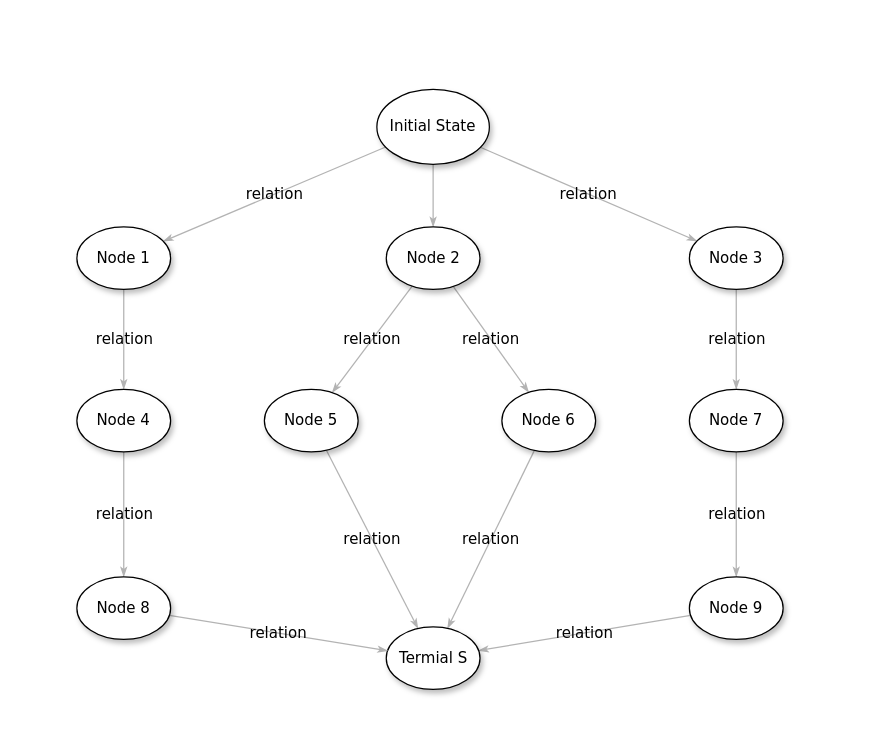
Before: Untitled Diagram.drawio in mendezja/RL_CS379_Assignments, a draw.io diagram. Source tidied: cells renumbered, new cells numbered last; positions are measured from the earlier drawing's top-left corner, leaving out a move shared by most shapes. Both pictures are drawn from the tidied source at 125%, with x=0, y=0 at pixel (76, 89).
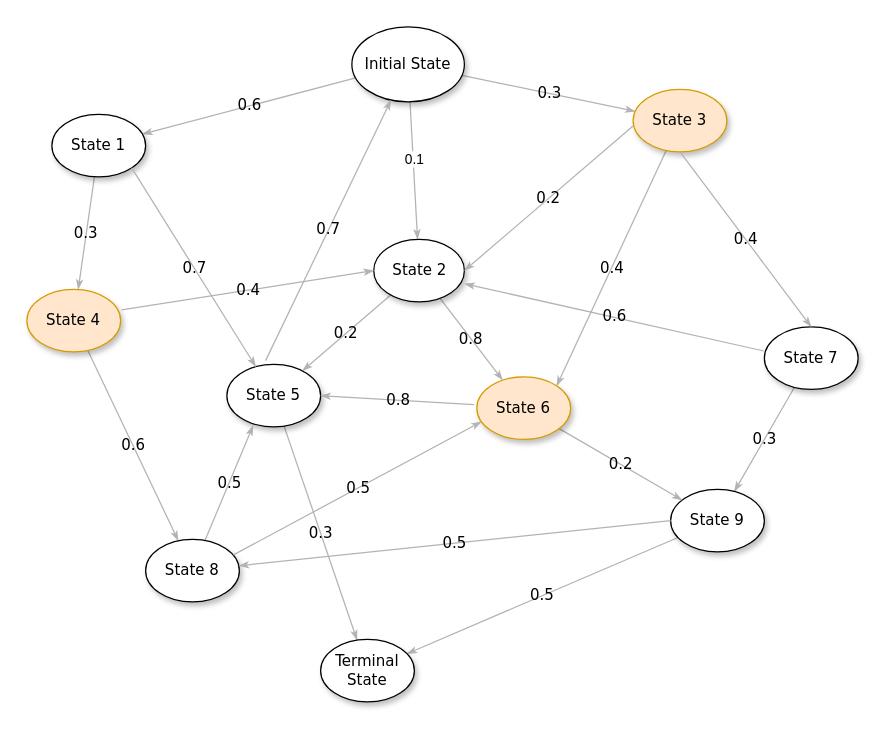
The same diagram, later.

Commit message:
Treasure Environment Diagram

Unchanged cells that the change refers to:
```xml
<mxCell id="2" style="edgeStyle=none;rounded=1;html=1;labelBackgroundColor=none;startArrow=none;startFill=0;startSize=5;endArrow=classicThin;endFill=1;endSize=5;jettySize=auto;strokeColor=#B3B3B3;strokeWidth=1;fontFamily=Verdana;fontSize=12;" parent="1" edge="1" source="5" target="8">
  <mxGeometry relative="1" as="geometry" />
</mxCell>
```

Change to the diagram source:
```diff
@@
+    <mxCell id="26" value="0.1" style="edgeLabel;html=1;align=center;verticalAlign=middle;" parent="2" vertex="1">
+      <mxGeometry x="-0.16" relative="1" as="geometry" />
+    </mxCell>
-    <mxCell id="3" value="relation" style="edgeStyle=none;rounded=1;html=1;labelBackgroundColor=none;startArrow=none;startFill=0;startSize=5;endArrow=classicThin;endFill=1;endSize=5;jettySize=auto;strokeColor=#B3B3B3;strokeWidth=1;fontFamily=Verdana;fontSize=12;" parent="1" edge="1" source="5" target="21">
+    <mxCell id="3" value="0.6" style="edgeStyle=none;rounded=1;html=1;labelBackgroundColor=none;startArrow=none;startFill=0;startSize=5;endArrow=classicThin;endFill=1;endSize=5;jettySize=auto;strokeColor=#B3B3B3;strokeWidth=1;fontFamily=Verdana;fontSize=12;" parent="1" edge="1" source="5" target="21">
       <mxGeometry relative="1" as="geometry" />
     </mxCell>
-    <mxCell id="4" value="relation" style="edgeStyle=none;rounded=1;html=1;labelBackgroundColor=none;startArrow=none;startFill=0;startSize=5;endArrow=classicThin;endFill=1;endSize=5;jettySize=auto;strokeColor=#B3B3B3;strokeWidth=1;fontFamily=Verdana;fontSize=12;" parent="1" edge="1" source="5" target="10">
+    <mxCell id="4" value="0.3" style="edgeStyle=none;rounded=1;html=1;labelBackgroundColor=none;startArrow=none;startFill=0;startSize=5;endArrow=classicThin;endFill=1;endSize=5;jettySize=auto;strokeColor=#B3B3B3;strokeWidth=1;fontFamily=Verdana;fontSize=12;" parent="1" edge="1" source="5" target="10">
       <mxGeometry relative="1" as="geometry" />
     </mxCell>
-    <mxCell id="5" value="Initial State" style="ellipse;whiteSpace=wrap;html=1;rounded=0;shadow=1;comic=0;labelBackgroundColor=none;strokeWidth=1;fontFamily=Verdana;fontSize=12;align=center;" parent="1" vertex="1">
-      <mxGeometry x="240" width="90" height="60" as="geometry" />
+    <mxCell id="5" value="Initial State" style="ellipse;whiteSpace=wrap;html=1;rounded=0;shadow=1;comic=0;labelBackgroundColor=none;strokeWidth=1;fontFamily=Verdana;fontSize=12;align=center;direction=west;" parent="1" vertex="1">
+      <mxGeometry x="220" y="-50" width="90" height="60" as="geometry" />
     </mxCell>
-    <mxCell id="6" value="relation" style="edgeStyle=none;rounded=1;html=1;labelBackgroundColor=none;startArrow=none;startFill=0;startSize=5;endArrow=classicThin;endFill=1;endSize=5;jettySize=auto;strokeColor=#B3B3B3;strokeWidth=1;fontFamily=Verdana;fontSize=12;" parent="1" edge="1" source="8" target="18">
+    <mxCell id="6" value="0.2" style="edgeStyle=none;rounded=1;html=1;labelBackgroundColor=none;startArrow=none;startFill=0;startSize=5;endArrow=classicThin;endFill=1;endSize=5;jettySize=auto;strokeColor=#B3B3B3;strokeWidth=1;fontFamily=Verdana;fontSize=12;" parent="1" edge="1" source="8" target="18">
       <mxGeometry relative="1" as="geometry" />
     </mxCell>
-    <mxCell id="7" value="relation" style="edgeStyle=none;rounded=1;html=1;labelBackgroundColor=none;startArrow=none;startFill=0;startSize=5;endArrow=classicThin;endFill=1;endSize=5;jettySize=auto;strokeColor=#B3B3B3;strokeWidth=1;fontFamily=Verdana;fontSize=12;" parent="1" edge="1" source="8" target="16">
+    <mxCell id="7" value="0.8" style="edgeStyle=none;rounded=1;html=1;labelBackgroundColor=none;startArrow=none;startFill=0;startSize=5;endArrow=classicThin;endFill=1;endSize=5;jettySize=auto;strokeColor=#B3B3B3;strokeWidth=1;fontFamily=Verdana;fontSize=12;" parent="1" edge="1" source="8" target="16">
       <mxGeometry relative="1" as="geometry" />
     </mxCell>
-    <mxCell id="8" value="&lt;span&gt;Node 2&lt;/span&gt;" style="ellipse;whiteSpace=wrap;html=1;rounded=0;shadow=1;comic=0;labelBackgroundColor=none;strokeWidth=1;fontFamily=Verdana;fontSize=12;align=center;" parent="1" vertex="1">
-      <mxGeometry x="247.5" y="110" width="75" height="50" as="geometry" />
+    <mxCell id="8" value="&lt;span&gt;State 2&lt;/span&gt;" style="ellipse;whiteSpace=wrap;html=1;rounded=0;shadow=1;comic=0;labelBackgroundColor=none;strokeWidth=1;fontFamily=Verdana;fontSize=12;align=center;" parent="1" vertex="1">
+      <mxGeometry x="237.5" y="120" width="72.5" height="50" as="geometry" />
     </mxCell>
-    <mxCell id="9" value="relation" style="edgeStyle=none;rounded=1;html=1;labelBackgroundColor=none;startArrow=none;startFill=0;startSize=5;endArrow=classicThin;endFill=1;endSize=5;jettySize=auto;strokeColor=#B3B3B3;strokeWidth=1;fontFamily=Verdana;fontSize=12;" parent="1" edge="1" source="10" target="12">
+    <mxCell id="9" value="0.4" style="edgeStyle=none;rounded=1;html=1;labelBackgroundColor=none;startArrow=none;startFill=0;startSize=5;endArrow=classicThin;endFill=1;endSize=5;jettySize=auto;strokeColor=#B3B3B3;strokeWidth=1;fontFamily=Verdana;fontSize=12;entryX=1;entryY=0;entryDx=0;entryDy=0;" parent="1" edge="1" source="10" target="16">
       <mxGeometry relative="1" as="geometry" />
     </mxCell>
-    <mxCell id="10" value="&lt;span&gt;Node 3&lt;/span&gt;" style="ellipse;whiteSpace=wrap;html=1;rounded=0;shadow=1;comic=0;labelBackgroundColor=none;strokeWidth=1;fontFamily=Verdana;fontSize=12;align=center;" parent="1" vertex="1">
-      <mxGeometry x="490" y="110" width="75" height="50" as="geometry" />
+    <mxCell id="10" value="&lt;span&gt;State 3&lt;/span&gt;" style="ellipse;whiteSpace=wrap;html=1;rounded=0;shadow=1;comic=0;labelBackgroundColor=none;strokeWidth=1;fontFamily=Verdana;fontSize=12;align=center;fillColor=#ffe6cc;strokeColor=#d79b00;" parent="1" vertex="1">
+      <mxGeometry x="445" width="75" height="50" as="geometry" />
     </mxCell>
-    <mxCell id="11" value="relation" style="edgeStyle=none;rounded=1;html=1;labelBackgroundColor=none;startArrow=none;startFill=0;startSize=5;endArrow=classicThin;endFill=1;endSize=5;jettySize=auto;strokeColor=#B3B3B3;strokeWidth=1;fontFamily=Verdana;fontSize=12;" parent="1" edge="1" source="12" target="14">
+    <mxCell id="11" value="0.3" style="edgeStyle=none;rounded=1;html=1;labelBackgroundColor=none;startArrow=none;startFill=0;startSize=5;endArrow=classicThin;endFill=1;endSize=5;jettySize=auto;strokeColor=#B3B3B3;strokeWidth=1;fontFamily=Verdana;fontSize=12;" parent="1" edge="1" source="12" target="14">
       <mxGeometry relative="1" as="geometry" />
     </mxCell>
-    <mxCell id="12" value="&lt;span&gt;Node 7&lt;/span&gt;" style="ellipse;whiteSpace=wrap;html=1;rounded=0;shadow=1;comic=0;labelBackgroundColor=none;strokeWidth=1;fontFamily=Verdana;fontSize=12;align=center;" parent="1" vertex="1">
-      <mxGeometry x="490" y="240" width="75" height="50" as="geometry" />
+    <mxCell id="12" value="&lt;span&gt;State 7&lt;/span&gt;" style="ellipse;whiteSpace=wrap;html=1;rounded=0;shadow=1;comic=0;labelBackgroundColor=none;strokeWidth=1;fontFamily=Verdana;fontSize=12;align=center;" parent="1" vertex="1">
+      <mxGeometry x="550" y="190" width="75" height="50" as="geometry" />
     </mxCell>
-    <mxCell id="13" value="relation" style="edgeStyle=none;rounded=1;html=1;labelBackgroundColor=none;startArrow=none;startFill=0;startSize=5;endArrow=classicThin;endFill=1;endSize=5;jettySize=auto;strokeColor=#B3B3B3;strokeWidth=1;fontFamily=Verdana;fontSize=12;" parent="1" edge="1" source="14" target="19">
+    <mxCell id="13" value="0.5" style="edgeStyle=none;rounded=1;html=1;labelBackgroundColor=none;startArrow=none;startFill=0;startSize=5;endArrow=classicThin;endFill=1;endSize=5;jettySize=auto;strokeColor=#B3B3B3;strokeWidth=1;fontFamily=Verdana;fontSize=12;" parent="1" edge="1" source="14" target="19">
       <mxGeometry relative="1" as="geometry" />
     </mxCell>
-    <mxCell id="14" value="&lt;span&gt;Node 9&lt;/span&gt;" style="ellipse;whiteSpace=wrap;html=1;rounded=0;shadow=1;comic=0;labelBackgroundColor=none;strokeWidth=1;fontFamily=Verdana;fontSize=12;align=center;" parent="1" vertex="1">
-      <mxGeometry x="490" y="390" width="75" height="50" as="geometry" />
+    <mxCell id="14" value="&lt;span&gt;State 9&lt;/span&gt;" style="ellipse;whiteSpace=wrap;html=1;rounded=0;shadow=1;comic=0;labelBackgroundColor=none;strokeWidth=1;fontFamily=Verdana;fontSize=12;align=center;" parent="1" vertex="1">
+      <mxGeometry x="475" y="320" width="75" height="50" as="geometry" />
     </mxCell>
-    <mxCell id="15" value="relation" style="edgeStyle=none;rounded=1;html=1;labelBackgroundColor=none;startArrow=none;startFill=0;startSize=5;endArrow=classicThin;endFill=1;endSize=5;jettySize=auto;strokeColor=#B3B3B3;strokeWidth=1;fontFamily=Verdana;fontSize=12;" parent="1" edge="1" source="16" target="19">
+    <mxCell id="15" value="0.2" style="edgeStyle=none;rounded=1;html=1;labelBackgroundColor=none;startArrow=none;startFill=0;startSize=5;endArrow=classicThin;endFill=1;endSize=5;jettySize=auto;strokeColor=#B3B3B3;strokeWidth=1;fontFamily=Verdana;fontSize=12;" parent="1" edge="1" source="16" target="14">
       <mxGeometry relative="1" as="geometry" />
     </mxCell>
-    <mxCell id="16" value="&lt;span&gt;Node 6&lt;/span&gt;" style="ellipse;whiteSpace=wrap;html=1;rounded=0;shadow=1;comic=0;labelBackgroundColor=none;strokeWidth=1;fontFamily=Verdana;fontSize=12;align=center;" parent="1" vertex="1">
-      <mxGeometry x="340" y="240" width="75" height="50" as="geometry" />
+    <mxCell id="16" value="&lt;span&gt;State 6&lt;/span&gt;" style="ellipse;whiteSpace=wrap;html=1;rounded=0;shadow=1;comic=0;labelBackgroundColor=none;strokeWidth=1;fontFamily=Verdana;fontSize=12;align=center;fillColor=#ffe6cc;strokeColor=#d79b00;" parent="1" vertex="1">
+      <mxGeometry x="320" y="230" width="75" height="50" as="geometry" />
     </mxCell>
-    <mxCell id="17" value="relation" style="edgeStyle=none;rounded=1;html=1;labelBackgroundColor=none;startArrow=none;startFill=0;startSize=5;endArrow=classicThin;endFill=1;endSize=5;jettySize=auto;strokeColor=#B3B3B3;strokeWidth=1;fontFamily=Verdana;fontSize=12;" parent="1" edge="1" source="18" target="19">
+    <mxCell id="17" value="0.3" style="edgeStyle=none;rounded=1;html=1;labelBackgroundColor=none;startArrow=none;startFill=0;startSize=5;endArrow=classicThin;endFill=1;endSize=5;jettySize=auto;strokeColor=#B3B3B3;strokeWidth=1;fontFamily=Verdana;fontSize=12;" parent="1" edge="1" source="18" target="19">
       <mxGeometry relative="1" as="geometry" />
     </mxCell>
-    <mxCell id="18" value="&lt;span&gt;Node 5&lt;/span&gt;" style="ellipse;whiteSpace=wrap;html=1;rounded=0;shadow=1;comic=0;labelBackgroundColor=none;strokeWidth=1;fontFamily=Verdana;fontSize=12;align=center;" parent="1" vertex="1">
-      <mxGeometry x="150" y="240" width="75" height="50" as="geometry" />
+    <mxCell id="18" value="&lt;span&gt;State 5&lt;/span&gt;" style="ellipse;whiteSpace=wrap;html=1;rounded=0;shadow=1;comic=0;labelBackgroundColor=none;strokeWidth=1;fontFamily=Verdana;fontSize=12;align=center;" parent="1" vertex="1">
+      <mxGeometry x="120" y="220" width="75" height="50" as="geometry" />
     </mxCell>
-    <mxCell id="19" value="Termial S" style="ellipse;whiteSpace=wrap;html=1;rounded=0;shadow=1;comic=0;labelBackgroundColor=none;strokeWidth=1;fontFamily=Verdana;fontSize=12;align=center;" parent="1" vertex="1">
-      <mxGeometry x="247.5" y="430" width="75" height="50" as="geometry" />
+    <mxCell id="19" value="Terminal State" style="ellipse;whiteSpace=wrap;html=1;rounded=0;shadow=1;comic=0;labelBackgroundColor=none;strokeWidth=1;fontFamily=Verdana;fontSize=12;align=center;" parent="1" vertex="1">
+      <mxGeometry x="195" y="440" width="75" height="50" as="geometry" />
     </mxCell>
-    <mxCell id="20" value="relation" style="edgeStyle=none;rounded=1;html=1;labelBackgroundColor=none;startArrow=none;startFill=0;startSize=5;endArrow=classicThin;endFill=1;endSize=5;jettySize=auto;strokeColor=#B3B3B3;strokeWidth=1;fontFamily=Verdana;fontSize=12;" parent="1" edge="1" source="21" target="23">
+    <mxCell id="20" value="0.3" style="edgeStyle=none;rounded=1;html=1;labelBackgroundColor=none;startArrow=none;startFill=0;startSize=5;endArrow=classicThin;endFill=1;endSize=5;jettySize=auto;strokeColor=#B3B3B3;strokeWidth=1;fontFamily=Verdana;fontSize=12;" parent="1" edge="1" source="21" target="23">
       <mxGeometry relative="1" as="geometry" />
     </mxCell>
-    <mxCell id="21" value="Node 1" style="ellipse;whiteSpace=wrap;html=1;rounded=0;shadow=1;comic=0;labelBackgroundColor=none;strokeWidth=1;fontFamily=Verdana;fontSize=12;align=center;" parent="1" vertex="1">
-      <mxGeometry y="110" width="75" height="50" as="geometry" />
+    <mxCell id="21" value="State 1" style="ellipse;whiteSpace=wrap;html=1;rounded=0;shadow=1;comic=0;labelBackgroundColor=none;strokeWidth=1;fontFamily=Verdana;fontSize=12;align=center;" parent="1" vertex="1">
+      <mxGeometry x="-20" y="20" width="75" height="50" as="geometry" />
     </mxCell>
-    <mxCell id="22" value="relation" style="edgeStyle=none;rounded=1;html=1;labelBackgroundColor=none;startArrow=none;startFill=0;startSize=5;endArrow=classicThin;endFill=1;endSize=5;jettySize=auto;strokeColor=#B3B3B3;strokeWidth=1;fontFamily=Verdana;fontSize=12;" parent="1" edge="1" source="23" target="25">
+    <mxCell id="22" value="0.6" style="edgeStyle=none;rounded=1;html=1;labelBackgroundColor=none;startArrow=none;startFill=0;startSize=5;endArrow=classicThin;endFill=1;endSize=5;jettySize=auto;strokeColor=#B3B3B3;strokeWidth=1;fontFamily=Verdana;fontSize=12;" parent="1" edge="1" source="23" target="25">
       <mxGeometry relative="1" as="geometry" />
     </mxCell>
-    <mxCell id="23" value="&lt;span&gt;Node 4&lt;/span&gt;" style="ellipse;whiteSpace=wrap;html=1;rounded=0;shadow=1;comic=0;labelBackgroundColor=none;strokeWidth=1;fontFamily=Verdana;fontSize=12;align=center;" parent="1" vertex="1">
-      <mxGeometry y="240" width="75" height="50" as="geometry" />
+    <mxCell id="23" value="&lt;span&gt;State 4&lt;br&gt;&lt;/span&gt;" style="ellipse;whiteSpace=wrap;html=1;rounded=0;shadow=1;comic=0;labelBackgroundColor=none;strokeWidth=1;fontFamily=Verdana;fontSize=12;align=center;fillColor=#ffe6cc;strokeColor=#d79b00;" parent="1" vertex="1">
+      <mxGeometry x="-40" y="160" width="75" height="50" as="geometry" />
     </mxCell>
-    <mxCell id="24" value="relation" style="edgeStyle=none;rounded=1;html=1;labelBackgroundColor=none;startArrow=none;startFill=0;startSize=5;endArrow=classicThin;endFill=1;endSize=5;jettySize=auto;strokeColor=#B3B3B3;strokeWidth=1;fontFamily=Verdana;fontSize=12;" parent="1" edge="1" source="25" target="19">
+    <mxCell id="24" value="0.5" style="edgeStyle=none;rounded=1;html=1;labelBackgroundColor=none;startArrow=none;startFill=0;startSize=5;endArrow=classicThin;endFill=1;endSize=5;jettySize=auto;strokeColor=#B3B3B3;strokeWidth=1;fontFamily=Verdana;fontSize=12;entryX=0.28;entryY=0.98;entryDx=0;entryDy=0;entryPerimeter=0;" parent="1" edge="1" source="25" target="18">
       <mxGeometry relative="1" as="geometry" />
     </mxCell>
-    <mxCell id="25" value="&lt;span&gt;Node 8&lt;/span&gt;" style="ellipse;whiteSpace=wrap;html=1;rounded=0;shadow=1;comic=0;labelBackgroundColor=none;strokeWidth=1;fontFamily=Verdana;fontSize=12;align=center;" parent="1" vertex="1">
-      <mxGeometry y="390" width="75" height="50" as="geometry" />
+    <mxCell id="25" value="&lt;span&gt;State 8&lt;/span&gt;" style="ellipse;whiteSpace=wrap;html=1;rounded=0;shadow=1;comic=0;labelBackgroundColor=none;strokeWidth=1;fontFamily=Verdana;fontSize=12;align=center;" parent="1" vertex="1">
+      <mxGeometry x="55" y="360" width="75" height="50" as="geometry" />
     </mxCell>
+    <mxCell id="27" value="0.4" style="edgeStyle=none;rounded=1;html=1;labelBackgroundColor=none;startArrow=none;startFill=0;startSize=5;endArrow=classicThin;endFill=1;endSize=5;jettySize=auto;strokeColor=#B3B3B3;strokeWidth=1;fontFamily=Verdana;fontSize=12;entryX=0.5;entryY=0;entryDx=0;entryDy=0;exitX=0.5;exitY=1;exitDx=0;exitDy=0;" parent="1" edge="1" source="10" target="12">
+      <mxGeometry relative="1" as="geometry" />
+    </mxCell>
+    <mxCell id="28" value="0.2" style="edgeStyle=none;rounded=1;html=1;labelBackgroundColor=none;startArrow=none;startFill=0;startSize=5;endArrow=classicThin;endFill=1;endSize=5;jettySize=auto;strokeColor=#B3B3B3;strokeWidth=1;fontFamily=Verdana;fontSize=12;entryX=1;entryY=0.5;entryDx=0;entryDy=0;exitX=-0.001;exitY=0.587;exitDx=0;exitDy=0;exitPerimeter=0;" parent="1" edge="1" source="10" target="8">
+      <mxGeometry relative="1" as="geometry" />
+    </mxCell>
+    <mxCell id="29" value="0.7" style="edgeStyle=none;rounded=1;html=1;labelBackgroundColor=none;startArrow=none;startFill=0;startSize=5;endArrow=classicThin;endFill=1;endSize=5;jettySize=auto;strokeColor=#B3B3B3;strokeWidth=1;fontFamily=Verdana;fontSize=12;exitX=0.413;exitY=-0.06;exitDx=0;exitDy=0;exitPerimeter=0;" parent="1" edge="1" source="18" target="5">
+      <mxGeometry relative="1" as="geometry" />
+    </mxCell>
+    <mxCell id="30" value="0.7" style="edgeStyle=none;rounded=1;html=1;labelBackgroundColor=none;startArrow=none;startFill=0;startSize=5;endArrow=classicThin;endFill=1;endSize=5;jettySize=auto;strokeColor=#B3B3B3;strokeWidth=1;fontFamily=Verdana;fontSize=12;exitX=1;exitY=1;exitDx=0;exitDy=0;" parent="1" edge="1" source="21" target="18">
+      <mxGeometry relative="1" as="geometry" />
+    </mxCell>
+    <mxCell id="31" value="0.8" style="edgeStyle=none;rounded=1;html=1;labelBackgroundColor=none;startArrow=none;startFill=0;startSize=5;endArrow=classicThin;endFill=1;endSize=5;jettySize=auto;strokeColor=#B3B3B3;strokeWidth=1;fontFamily=Verdana;fontSize=12;entryX=1;entryY=0.5;entryDx=0;entryDy=0;exitX=-0.032;exitY=0.444;exitDx=0;exitDy=0;exitPerimeter=0;" parent="1" edge="1" source="16" target="18">
+      <mxGeometry relative="1" as="geometry" />
+    </mxCell>
+    <mxCell id="32" value="0.5" style="edgeStyle=none;rounded=1;html=1;labelBackgroundColor=none;startArrow=none;startFill=0;startSize=5;endArrow=classicThin;endFill=1;endSize=5;jettySize=auto;strokeColor=#B3B3B3;strokeWidth=1;fontFamily=Verdana;fontSize=12;exitX=0;exitY=0.5;exitDx=0;exitDy=0;" parent="1" edge="1" source="14" target="25">
+      <mxGeometry relative="1" as="geometry" />
+    </mxCell>
+    <mxCell id="33" value="0.4" style="edgeStyle=none;rounded=1;html=1;labelBackgroundColor=none;startArrow=none;startFill=0;startSize=5;endArrow=classicThin;endFill=1;endSize=5;jettySize=auto;strokeColor=#B3B3B3;strokeWidth=1;fontFamily=Verdana;fontSize=12;entryX=0;entryY=0.5;entryDx=0;entryDy=0;exitX=1.01;exitY=0.329;exitDx=0;exitDy=0;exitPerimeter=0;" parent="1" edge="1" source="23" target="8">
+      <mxGeometry relative="1" as="geometry" />
+    </mxCell>
+    <mxCell id="34" value="0.6" style="edgeStyle=none;rounded=1;html=1;labelBackgroundColor=none;startArrow=none;startFill=0;startSize=5;endArrow=classicThin;endFill=1;endSize=5;jettySize=auto;strokeColor=#B3B3B3;strokeWidth=1;fontFamily=Verdana;fontSize=12;entryX=1.003;entryY=0.71;entryDx=0;entryDy=0;entryPerimeter=0;exitX=-0.006;exitY=0.386;exitDx=0;exitDy=0;exitPerimeter=0;" parent="1" edge="1" source="12" target="8">
+      <mxGeometry relative="1" as="geometry" />
+    </mxCell>
+    <mxCell id="35" value="0.5" style="edgeStyle=none;rounded=1;html=1;labelBackgroundColor=none;startArrow=none;startFill=0;startSize=5;endArrow=classicThin;endFill=1;endSize=5;jettySize=auto;strokeColor=#B3B3B3;strokeWidth=1;fontFamily=Verdana;fontSize=12;entryX=0.049;entryY=0.717;entryDx=0;entryDy=0;exitX=0.937;exitY=0.248;exitDx=0;exitDy=0;exitPerimeter=0;entryPerimeter=0;" parent="1" edge="1" source="25" target="16">
+      <mxGeometry relative="1" as="geometry" />
+    </mxCell>
```
